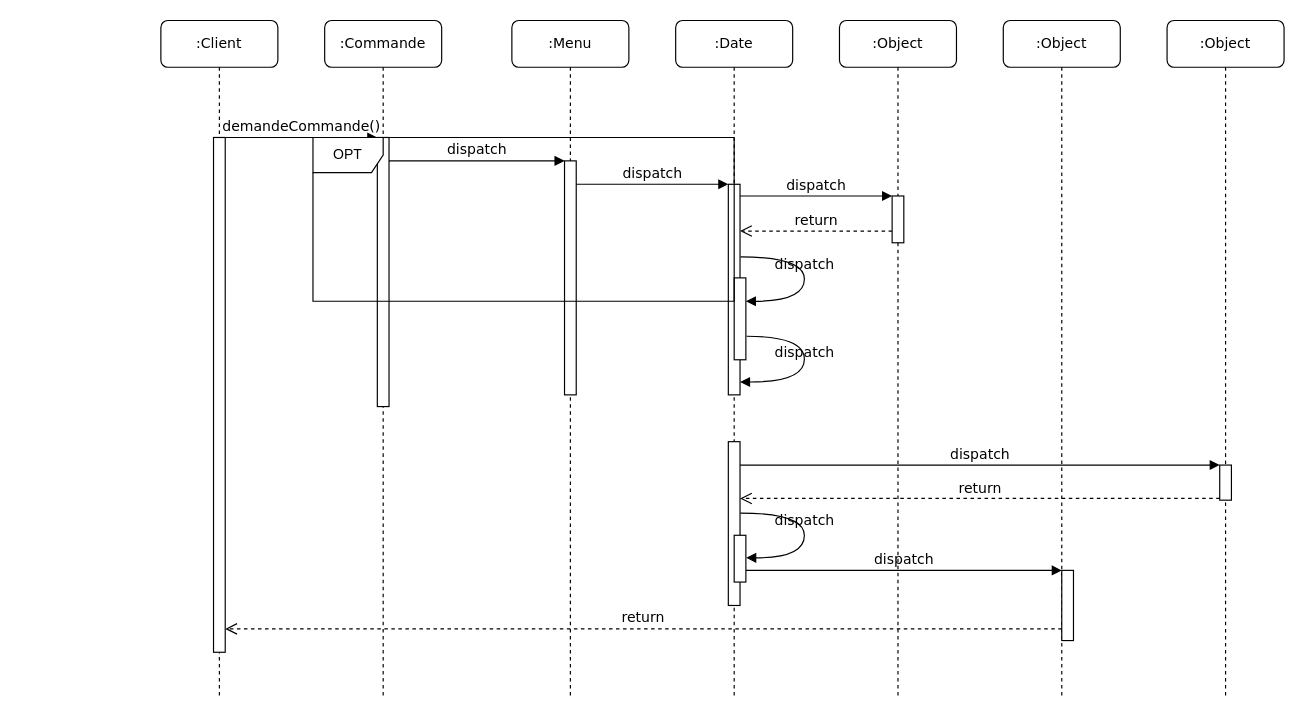
NHatim/aca keeps this draw.io diagram as diagramme_dinteraction.drawio. Above is the earlier version. Source tidied: cells renumbered, new cells numbered last; positions are measured from the earlier drawing's top-left corner, leaving out a move shared by most shapes. Both pictures are drawn from the tidied source at 117%, with x=0, y=0 at pixel (160, 20).
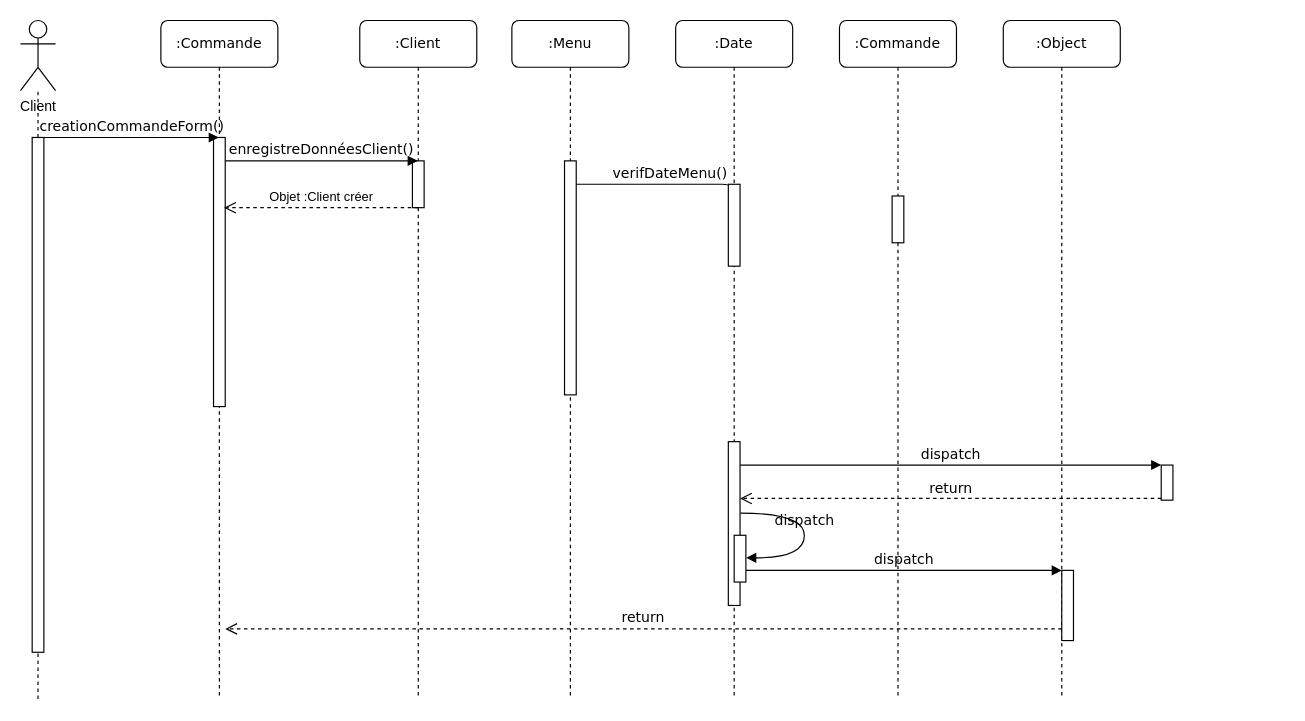
After the change.

The change refers to these unchanged cells:
```xml
<mxCell id="5" style="html=1;points=[];perimeter=orthogonalPerimeter;rounded=0;shadow=0;comic=0;labelBackgroundColor=none;strokeWidth=1;fontFamily=Verdana;fontSize=12;align=center;" parent="4" vertex="1">
  <mxGeometry x="45" y="120" width="10" height="200" as="geometry" />
</mxCell>
<mxCell id="14" style="html=1;points=[];perimeter=orthogonalPerimeter;rounded=0;shadow=0;comic=0;labelBackgroundColor=none;strokeWidth=1;fontFamily=Verdana;fontSize=12;align=center;" parent="1" vertex="1">
  <mxGeometry x="625" y="150" width="10" height="40" as="geometry" />
</mxCell>
<mxCell id="21" style="html=1;points=[];perimeter=orthogonalPerimeter;rounded=0;shadow=0;comic=0;labelBackgroundColor=none;strokeWidth=1;fontFamily=Verdana;fontSize=12;align=center;" parent="1" vertex="1">
  <mxGeometry x="770" y="470" width="10" height="60" as="geometry" />
</mxCell>
```

Change to the diagram source:
```diff
@@
-    <mxCell id="2" value=":Commande" style="shape=umlLifeline;perimeter=lifelinePerimeter;whiteSpace=wrap;html=1;outlineConnect=0;rounded=1;shadow=0;comic=0;labelBackgroundColor=none;strokeWidth=1;fontFamily=Verdana;fontSize=12;align=center;" parent="1" vertex="1">
-      <mxGeometry x="140" width="100" height="580" as="geometry" />
+    <mxCell id="2" value=":Client" style="shape=umlLifeline;perimeter=lifelinePerimeter;whiteSpace=wrap;html=1;outlineConnect=0;rounded=1;shadow=0;comic=0;labelBackgroundColor=none;strokeWidth=1;fontFamily=Verdana;fontSize=12;align=center;" parent="1" vertex="1">
+      <mxGeometry x="170" width="100" height="580" as="geometry" />
     </mxCell>
     <mxCell id="3" style="html=1;points=[];perimeter=orthogonalPerimeter;rounded=0;shadow=0;comic=0;labelBackgroundColor=none;strokeWidth=1;fontFamily=Verdana;fontSize=12;align=center;" parent="2" vertex="1">
-      <mxGeometry x="45" y="100" width="10" height="230" as="geometry" />
+      <mxGeometry x="45" y="120" width="10" height="40" as="geometry" />
     </mxCell>
@@
-    <mxCell id="7" value=":Object" style="shape=umlLifeline;perimeter=lifelinePerimeter;whiteSpace=wrap;html=1;rounded=1;shadow=0;comic=0;labelBackgroundColor=none;strokeWidth=1;fontFamily=Verdana;fontSize=12;align=center;" parent="1" vertex="1">
+    <mxCell id="7" value=":Commande" style="shape=umlLifeline;perimeter=lifelinePerimeter;whiteSpace=wrap;html=1;rounded=1;shadow=0;comic=0;labelBackgroundColor=none;strokeWidth=1;fontFamily=Verdana;fontSize=12;align=center;" parent="1" vertex="1">
       <mxGeometry x="580" width="100" height="580" as="geometry" />
     </mxCell>
@@
-    <mxCell id="9" value=":Object" style="shape=umlLifeline;perimeter=lifelinePerimeter;whiteSpace=wrap;html=1;rounded=1;shadow=0;comic=0;labelBackgroundColor=none;strokeWidth=1;fontFamily=Verdana;fontSize=12;align=center;" parent="1" vertex="1">
-      <mxGeometry x="860" width="100" height="580" as="geometry" />
-    </mxCell>
-    <mxCell id="10" value=":Client" style="shape=umlLifeline;perimeter=lifelinePerimeter;whiteSpace=wrap;html=1;outlineConnect=0;rounded=1;shadow=0;comic=0;labelBackgroundColor=none;strokeWidth=1;fontFamily=Verdana;fontSize=12;align=center;" parent="1" vertex="1">
+    <mxCell id="10" value=":Commande" style="shape=umlLifeline;perimeter=lifelinePerimeter;whiteSpace=wrap;html=1;outlineConnect=0;rounded=1;shadow=0;comic=0;labelBackgroundColor=none;strokeWidth=1;fontFamily=Verdana;fontSize=12;align=center;" parent="1" vertex="1">
       <mxGeometry width="100" height="580" as="geometry" />
     </mxCell>
-    <mxCell id="11" style="html=1;points=[];perimeter=orthogonalPerimeter;rounded=0;shadow=0;comic=0;labelBackgroundColor=none;strokeWidth=1;fontFamily=Verdana;fontSize=12;align=center;" parent="10" vertex="1">
-      <mxGeometry x="45" y="100" width="10" height="440" as="geometry" />
-    </mxCell>
-    <mxCell id="12" style="html=1;points=[];perimeter=orthogonalPerimeter;rounded=0;shadow=0;comic=0;labelBackgroundColor=none;strokeWidth=1;fontFamily=Verdana;fontSize=12;align=center;" parent="1" vertex="1">
-      <mxGeometry x="485" y="140" width="10" height="180" as="geometry" />
-    </mxCell>
+    <mxCell id="32" style="html=1;points=[];perimeter=orthogonalPerimeter;rounded=0;shadow=0;comic=0;labelBackgroundColor=none;strokeWidth=1;fontFamily=Verdana;fontSize=12;align=center;" parent="10" vertex="1">
+      <mxGeometry x="45" y="100" width="10" height="230" as="geometry" />
+    </mxCell>
-    <mxCell id="13" value="dispatch" style="html=1;verticalAlign=bottom;endArrow=block;labelBackgroundColor=none;fontFamily=Verdana;fontSize=12;edgeStyle=elbowEdgeStyle;elbow=vertical;" parent="1" edge="1" source="5" target="12">
+    <mxCell id="13" value="verifDateMenu()" style="html=1;verticalAlign=bottom;endArrow=block;labelBackgroundColor=none;fontFamily=Verdana;fontSize=12;edgeStyle=elbowEdgeStyle;elbow=vertical;" parent="1" edge="1" source="5">
       <mxGeometry relative="1" as="geometry">
+        <mxPoint x="490" y="165" as="targetPoint" />
         <Array as="points">
           <mxPoint x="360" y="140" />
         </Array>
       </mxGeometry>
     </mxCell>
@@
-    <mxCell id="15" value="dispatch" style="html=1;verticalAlign=bottom;endArrow=block;entryX=0;entryY=0;labelBackgroundColor=none;fontFamily=Verdana;fontSize=12;edgeStyle=elbowEdgeStyle;elbow=vertical;" parent="1" edge="1" source="12" target="14">
-      <mxGeometry relative="1" as="geometry" />
-    </mxCell>
-    <mxCell id="16" value="return" style="html=1;verticalAlign=bottom;endArrow=open;dashed=1;endSize=8;labelBackgroundColor=none;fontFamily=Verdana;fontSize=12;edgeStyle=elbowEdgeStyle;elbow=vertical;" parent="1" edge="1" source="14" target="12">
-      <mxGeometry relative="1" as="geometry">
-        <Array as="points">
-          <mxPoint x="570" y="180" />
-          <mxPoint x="600" y="180" />
-        </Array>
-      </mxGeometry>
-    </mxCell>
@@
     <mxCell id="18" style="html=1;points=[];perimeter=orthogonalPerimeter;rounded=0;shadow=0;comic=0;labelBackgroundColor=none;strokeColor=#000000;strokeWidth=1;fillColor=#FFFFFF;fontFamily=Verdana;fontSize=12;fontColor=#000000;align=center;" parent="1" vertex="1">
-      <mxGeometry x="905" y="380" width="10" height="30" as="geometry" />
+      <mxGeometry x="855" y="380" width="10" height="30" as="geometry" />
     </mxCell>
@@
-    <mxCell id="23" value="return" style="html=1;verticalAlign=bottom;endArrow=open;dashed=1;endSize=8;labelBackgroundColor=none;fontFamily=Verdana;fontSize=12;edgeStyle=elbowEdgeStyle;elbow=vertical;" parent="1" edge="1" source="21" target="11">
+    <mxCell id="23" value="return" style="html=1;verticalAlign=bottom;endArrow=open;dashed=1;endSize=8;labelBackgroundColor=none;fontFamily=Verdana;fontSize=12;edgeStyle=elbowEdgeStyle;elbow=vertical;" parent="1" edge="1" source="21">
       <mxGeometry relative="1" as="geometry">
+        <mxPoint x="55" y="520" as="targetPoint" />
         <Array as="points">
           <mxPoint x="470" y="520" />
         </Array>
       </mxGeometry>
     </mxCell>
-    <mxCell id="24" value="demandeCommande()" style="html=1;verticalAlign=bottom;endArrow=block;entryX=0;entryY=0;labelBackgroundColor=none;fontFamily=Verdana;fontSize=12;edgeStyle=elbowEdgeStyle;elbow=vertical;" parent="1" edge="1" source="11" target="3">
-      <mxGeometry relative="1" as="geometry" />
-    </mxCell>
-    <mxCell id="25" value="dispatch" style="html=1;verticalAlign=bottom;endArrow=block;entryX=0;entryY=0;labelBackgroundColor=none;fontFamily=Verdana;fontSize=12;edgeStyle=elbowEdgeStyle;elbow=vertical;" parent="1" edge="1" source="3" target="5">
-      <mxGeometry relative="1" as="geometry" />
-    </mxCell>
     <mxCell id="26" style="html=1;points=[];perimeter=orthogonalPerimeter;rounded=0;shadow=0;comic=0;labelBackgroundColor=none;strokeWidth=1;fontFamily=Verdana;fontSize=12;align=center;" parent="1" vertex="1">
-      <mxGeometry x="490" y="220" width="10" height="70" as="geometry" />
+      <mxGeometry x="485" y="140" width="10" height="70" as="geometry" />
     </mxCell>
-    <mxCell id="27" value="dispatch" style="html=1;verticalAlign=bottom;endArrow=block;labelBackgroundColor=none;fontFamily=Verdana;fontSize=12;elbow=vertical;edgeStyle=orthogonalEdgeStyle;curved=1;entryX=1;entryY=0.286;entryPerimeter=0;exitX=1.038;exitY=0.345;exitPerimeter=0;" parent="1" edge="1" source="12" target="26">
-      <mxGeometry relative="1" as="geometry">
-        <Array as="points">
-          <mxPoint x="550" y="202" />
-          <mxPoint x="550" y="240" />
-        </Array>
-      </mxGeometry>
-    </mxCell>
-    <mxCell id="28" value="dispatch" style="html=1;verticalAlign=bottom;endArrow=block;labelBackgroundColor=none;fontFamily=Verdana;fontSize=12;elbow=vertical;edgeStyle=orthogonalEdgeStyle;curved=1;exitX=1.066;exitY=0.713;exitPerimeter=0;" parent="1" edge="1" source="26">
-      <mxGeometry relative="1" as="geometry">
-        <mxPoint x="495" y="309" as="targetPoint" />
-        <Array as="points">
-          <mxPoint x="550" y="270" />
-          <mxPoint x="550" y="309" />
-        </Array>
-      </mxGeometry>
-    </mxCell>
@@
-    <mxCell id="31" value="OPT" style="shape=umlFrame;whiteSpace=wrap;html=1;" parent="1" vertex="1">
-      <mxGeometry x="130" y="100" width="360" height="140" as="geometry" />
-    </mxCell>
+    <mxCell id="33" style="endArrow=none;dashed=1;html=1;" parent="1" edge="1" source="36" target="34">
+      <mxGeometry relative="1" as="geometry" />
+    </mxCell>
+    <mxCell id="34" value="Client" style="shape=umlActor;verticalLabelPosition=bottom;verticalAlign=top;html=1;outlineConnect=0;" parent="1" vertex="1">
+      <mxGeometry x="-120" width="30" height="60" as="geometry" />
+    </mxCell>
+    <mxCell id="35" value="creationCommandeForm()" style="html=1;verticalAlign=bottom;endArrow=block;labelBackgroundColor=none;fontFamily=Verdana;fontSize=12;edgeStyle=elbowEdgeStyle;elbow=vertical;" parent="1" edge="1" target="10">
+      <mxGeometry relative="1" as="geometry">
+        <mxPoint x="-100" y="100" as="sourcePoint" />
+      </mxGeometry>
+    </mxCell>
+    <mxCell id="36" style="html=1;points=[];perimeter=orthogonalPerimeter;rounded=0;shadow=0;comic=0;labelBackgroundColor=none;strokeWidth=1;fontFamily=Verdana;fontSize=12;align=center;" parent="1" vertex="1">
+      <mxGeometry x="-110" y="100" width="10" height="440" as="geometry" />
+    </mxCell>
+    <mxCell id="37" style="endArrow=none;dashed=1;html=1;" parent="1" edge="1" target="36">
+      <mxGeometry relative="1" as="geometry">
+        <mxPoint x="-105" y="580" as="sourcePoint" />
+      </mxGeometry>
+    </mxCell>
+    <mxCell id="38" value="enregistreDonnéesClient()" style="html=1;verticalAlign=bottom;endArrow=block;labelBackgroundColor=none;fontFamily=Verdana;fontSize=12;edgeStyle=elbowEdgeStyle;elbow=vertical;" parent="1" edge="1" source="32" target="2">
+      <mxGeometry relative="1" as="geometry">
+        <Array as="points">
+          <mxPoint x="110" y="120" />
+        </Array>
+      </mxGeometry>
+    </mxCell>
+    <mxCell id="39" value="Objet :Client créer" style="html=1;verticalAlign=bottom;endArrow=open;dashed=1;endSize=8;entryX=0.9;entryY=0.261;entryDx=0;entryDy=0;entryPerimeter=0;" parent="1" edge="1" target="32">
+      <mxGeometry relative="1" as="geometry">
+        <mxPoint x="220" y="160" as="sourcePoint" />
+      </mxGeometry>
+    </mxCell>
```
